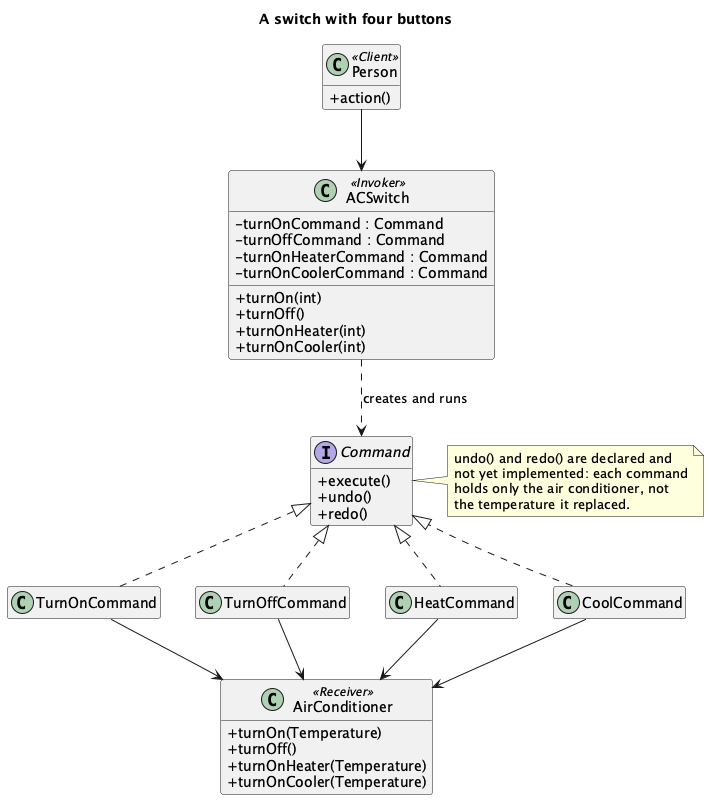
Before: src/main/java/dev/kaldiroglu/dp/behavioral/command/ac/uml/Command - Air Conditioner - Class Diagram.png, a diagram exported from PlantUML (kaldiroglu/DesignPatternsWithJava).
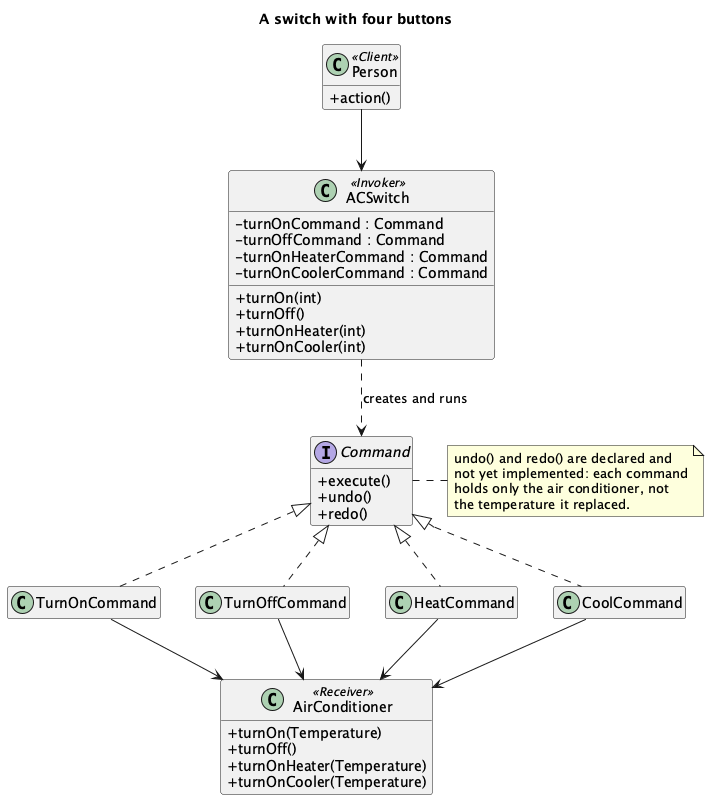
The same diagram one commit later.

What changed in the source:
```diff
@@ -1,4 +1,5 @@
-@startuml "Command - Air Conditioner - Class Diagram"
+@startuml
+skinparam linetype polyline
 skinparam classAttributeIconSize 0
 hide empty members
 title A switch with four buttons
@@ -32,16 +33,10 @@
   + turnOnCooler(Temperature)
 }
 
-Person --> ACSwitch
-ACSwitch ..> Command : creates and runs
 Command <|.. TurnOnCommand
 Command <|.. TurnOffCommand
 Command <|.. HeatCommand
 Command <|.. CoolCommand
-TurnOnCommand --> AirConditioner
-TurnOffCommand --> AirConditioner
-HeatCommand --> AirConditioner
-CoolCommand --> AirConditioner
 
 note right of Command
   undo() and redo() are declared and
@@ -49,4 +44,10 @@
   holds only the air conditioner, not
   the temperature it replaced.
 end note
+Person --> ACSwitch
+ACSwitch ..> Command : creates and runs
+TurnOnCommand --> AirConditioner
+TurnOffCommand --> AirConditioner
+HeatCommand --> AirConditioner
+CoolCommand --> AirConditioner
 @enduml
```
